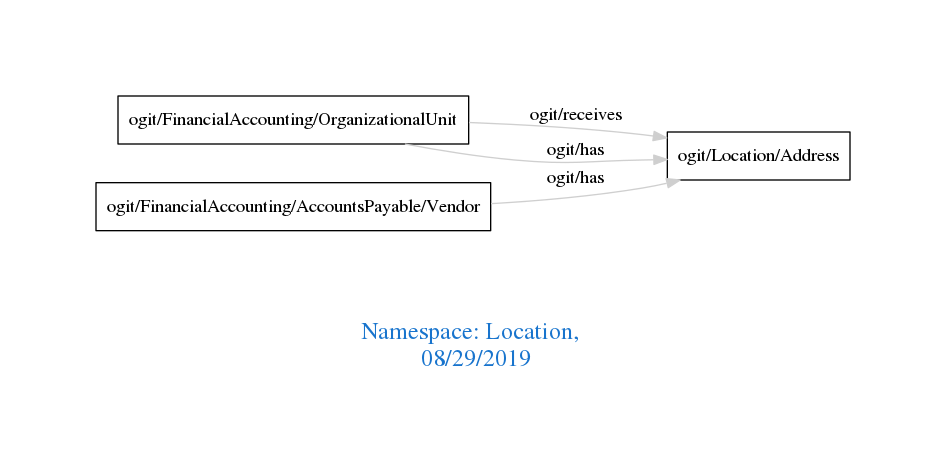
Before: downloads/Location.png, a diagram exported from Graphviz (arago/OGIT). Its source is kept beside it as downloads/Location.dot.
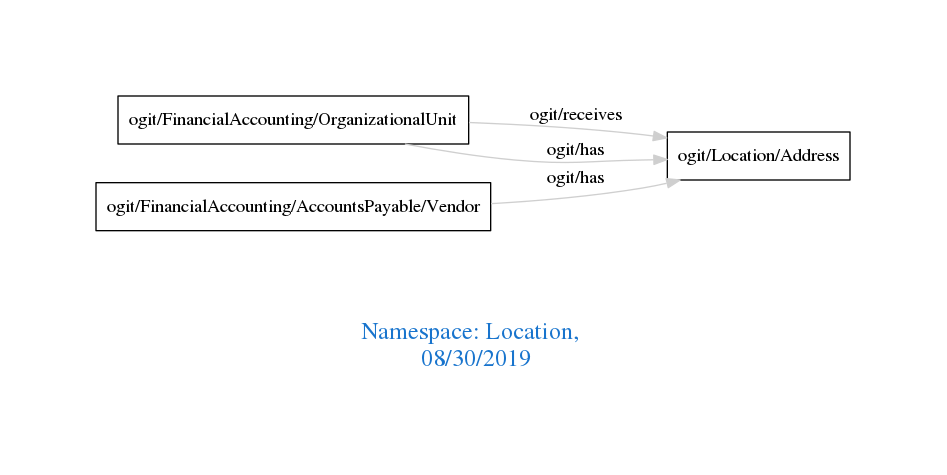
Later version of the same file.

Change to the diagram source:
```diff
@@ -1,7 +1,7 @@
 digraph OGIT_ontology {
  graph [ rankdir= LR,pad=1
 fontsize = 18,
-fontcolor= dodgerblue3,label = "\n\n\nNamespace: Location, \n 08/29/2019"];
+fontcolor= dodgerblue3,label = "\n\n\nNamespace: Location, \n 08/30/2019"];
 node[shape=polygon];
 edge [  color="gray81"];
 
```
